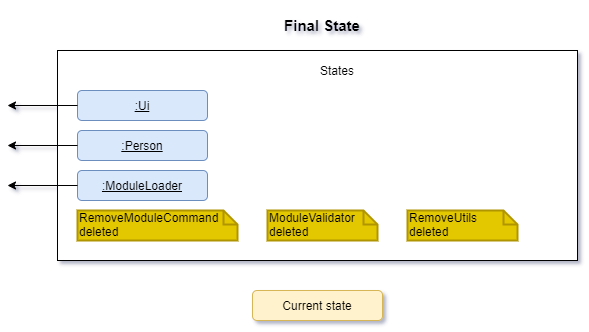
Above: docs/images/DeveloperGuide/removeModuleCommand_finalState.png in vanessa-kang/tp (draw.io), before the change. Source tidied: cells renumbered, new cells last; positions are measured from the earlier drawing's top-left corner, leaving out a move shared by most shapes. The source it was exported from:
```xml
<mxGraphModel shadow="1">
  <root>
    <mxCell id="0" />
    <mxCell id="1" parent="0" />
    <mxCell id="2" style="rounded=0;whiteSpace=wrap;html=1;" parent="1" vertex="1">
      <mxGeometry x="50" y="50" width="520" height="210" as="geometry" />
    </mxCell>
    <mxCell id="3" value="States" style="text;html=1;strokeColor=none;fillColor=none;align=center;verticalAlign=middle;whiteSpace=wrap;rounded=0;" parent="1" vertex="1">
      <mxGeometry x="310" y="60" width="40" height="20" as="geometry" />
    </mxCell>
    <mxCell id="4" value=":Ui" style="rounded=1;whiteSpace=wrap;html=1;fillColor=#dae8fc;strokeColor=#6c8ebf;fontStyle=4;" parent="1" vertex="1">
      <mxGeometry x="70" y="90" width="130" height="30" as="geometry" />
    </mxCell>
    <mxCell id="5" value=":Person" style="rounded=1;whiteSpace=wrap;html=1;fillColor=#dae8fc;strokeColor=#6c8ebf;fontStyle=4;" parent="1" vertex="1">
      <mxGeometry x="70" y="130" width="130" height="30" as="geometry" />
    </mxCell>
    <mxCell id="6" value=":ModuleLoader" style="rounded=1;whiteSpace=wrap;html=1;fillColor=#dae8fc;strokeColor=#6c8ebf;fontStyle=4;" parent="1" vertex="1">
      <mxGeometry x="70" y="170" width="130" height="30" as="geometry" />
    </mxCell>
    <mxCell id="7" style="endArrow=classic;html=1;exitX=0;exitY=0.5;exitDx=0;exitDy=0;" parent="1" edge="1" source="4">
      <mxGeometry relative="1" as="geometry">
        <mxPoint y="105" as="targetPoint" />
      </mxGeometry>
    </mxCell>
    <mxCell id="8" style="endArrow=classic;html=1;exitX=0;exitY=0.5;exitDx=0;exitDy=0;" parent="1" edge="1" source="5">
      <mxGeometry relative="1" as="geometry">
        <mxPoint y="145" as="targetPoint" />
      </mxGeometry>
    </mxCell>
    <mxCell id="9" style="endArrow=classic;html=1;exitX=0;exitY=0.5;exitDx=0;exitDy=0;" parent="1" edge="1" source="6">
      <mxGeometry relative="1" as="geometry">
        <mxPoint y="185" as="targetPoint" />
      </mxGeometry>
    </mxCell>
    <mxCell id="10" value="Current state" style="rounded=1;whiteSpace=wrap;html=1;fillColor=#fff2cc;strokeColor=#d6b656;fontStyle=0;" parent="1" vertex="1">
      <mxGeometry x="245" y="290" width="130" height="30" as="geometry" />
    </mxCell>
    <mxCell id="11" value="RemoveModuleCommand deleted" style="shape=note;whiteSpace=wrap;html=1;size=14;verticalAlign=top;align=left;spacingTop=-6;fillColor=#e3c800;strokeColor=#B09500;labelBorderColor=none;strokeWidth=2;" parent="1" vertex="1">
      <mxGeometry x="70" y="210" width="160" height="30" as="geometry" />
    </mxCell>
    <mxCell id="12" value="ModuleValidator&lt;br&gt;deleted" style="shape=note;whiteSpace=wrap;html=1;size=14;verticalAlign=top;align=left;spacingTop=-6;fillColor=#e3c800;strokeColor=#B09500;labelBorderColor=none;strokeWidth=2;" parent="1" vertex="1">
      <mxGeometry x="260" y="210" width="110" height="30" as="geometry" />
    </mxCell>
    <mxCell id="13" value="RemoveUtils deleted" style="shape=note;whiteSpace=wrap;html=1;size=14;verticalAlign=top;align=left;spacingTop=-6;fillColor=#e3c800;strokeColor=#B09500;labelBorderColor=none;strokeWidth=2;" parent="1" vertex="1">
      <mxGeometry x="400" y="210" width="110" height="30" as="geometry" />
    </mxCell>
    <mxCell id="14" value="&lt;font style=&quot;font-size: 15px&quot;&gt;&lt;b&gt;Final State&lt;/b&gt;&lt;/font&gt;" style="text;html=1;strokeColor=none;fillColor=none;align=center;verticalAlign=middle;whiteSpace=wrap;rounded=0;" parent="1" vertex="1">
      <mxGeometry x="270" width="90" height="50" as="geometry" />
    </mxCell>
  </root>
</mxGraphModel>
```
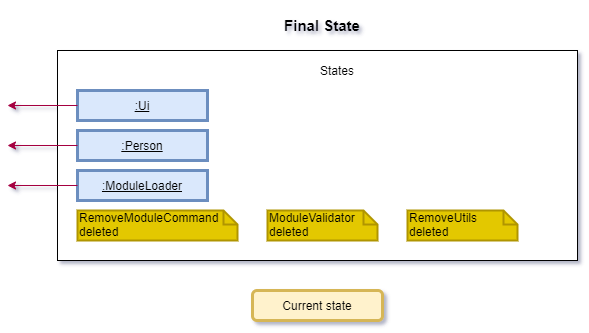
After the change.

Commit message:
Amended state diagram formats in DG

The edit, as a diff of the source:
```diff
@@ -8,31 +8,31 @@
     <mxCell id="3" value="States" style="text;html=1;strokeColor=none;fillColor=none;align=center;verticalAlign=middle;whiteSpace=wrap;rounded=0;" parent="1" vertex="1">
       <mxGeometry x="310" y="60" width="40" height="20" as="geometry" />
     </mxCell>
-    <mxCell id="4" value=":Ui" style="rounded=1;whiteSpace=wrap;html=1;fillColor=#dae8fc;strokeColor=#6c8ebf;fontStyle=4;" parent="1" vertex="1">
+    <mxCell id="4" value=":Ui" style="rounded=0;whiteSpace=wrap;html=1;fillColor=#dae8fc;strokeColor=#6c8ebf;fontStyle=4;strokeWidth=3;" parent="1" vertex="1">
       <mxGeometry x="70" y="90" width="130" height="30" as="geometry" />
     </mxCell>
-    <mxCell id="5" value=":Person" style="rounded=1;whiteSpace=wrap;html=1;fillColor=#dae8fc;strokeColor=#6c8ebf;fontStyle=4;" parent="1" vertex="1">
+    <mxCell id="5" value=":Person" style="rounded=0;whiteSpace=wrap;html=1;fillColor=#dae8fc;strokeColor=#6c8ebf;fontStyle=4;strokeWidth=3;" parent="1" vertex="1">
       <mxGeometry x="70" y="130" width="130" height="30" as="geometry" />
     </mxCell>
-    <mxCell id="6" value=":ModuleLoader" style="rounded=1;whiteSpace=wrap;html=1;fillColor=#dae8fc;strokeColor=#6c8ebf;fontStyle=4;" parent="1" vertex="1">
+    <mxCell id="6" value=":ModuleLoader" style="rounded=0;whiteSpace=wrap;html=1;fillColor=#dae8fc;strokeColor=#6c8ebf;fontStyle=4;strokeWidth=3;" parent="1" vertex="1">
       <mxGeometry x="70" y="170" width="130" height="30" as="geometry" />
     </mxCell>
-    <mxCell id="7" style="endArrow=classic;html=1;exitX=0;exitY=0.5;exitDx=0;exitDy=0;" parent="1" edge="1" source="4">
+    <mxCell id="7" style="endArrow=classic;html=1;exitX=0;exitY=0.5;exitDx=0;exitDy=0;fillColor=#d80073;strokeColor=#A50040;" parent="1" edge="1" source="4">
       <mxGeometry relative="1" as="geometry">
         <mxPoint y="105" as="targetPoint" />
       </mxGeometry>
     </mxCell>
-    <mxCell id="8" style="endArrow=classic;html=1;exitX=0;exitY=0.5;exitDx=0;exitDy=0;" parent="1" edge="1" source="5">
+    <mxCell id="8" style="endArrow=classic;html=1;exitX=0;exitY=0.5;exitDx=0;exitDy=0;fillColor=#d80073;strokeColor=#A50040;" parent="1" edge="1" source="5">
       <mxGeometry relative="1" as="geometry">
         <mxPoint y="145" as="targetPoint" />
       </mxGeometry>
     </mxCell>
-    <mxCell id="9" style="endArrow=classic;html=1;exitX=0;exitY=0.5;exitDx=0;exitDy=0;" parent="1" edge="1" source="6">
+    <mxCell id="9" style="endArrow=classic;html=1;exitX=0;exitY=0.5;exitDx=0;exitDy=0;fillColor=#d80073;strokeColor=#A50040;" parent="1" edge="1" source="6">
       <mxGeometry relative="1" as="geometry">
         <mxPoint y="185" as="targetPoint" />
       </mxGeometry>
     </mxCell>
-    <mxCell id="10" value="Current state" style="rounded=1;whiteSpace=wrap;html=1;fillColor=#fff2cc;strokeColor=#d6b656;fontStyle=0;" parent="1" vertex="1">
+    <mxCell id="10" value="Current state" style="rounded=1;whiteSpace=wrap;html=1;fillColor=#fff2cc;strokeColor=#d6b656;fontStyle=0;strokeWidth=3;" parent="1" vertex="1">
       <mxGeometry x="245" y="290" width="130" height="30" as="geometry" />
     </mxCell>
     <mxCell id="11" value="RemoveModuleCommand deleted" style="shape=note;whiteSpace=wrap;html=1;size=14;verticalAlign=top;align=left;spacingTop=-6;fillColor=#e3c800;strokeColor=#B09500;labelBorderColor=none;strokeWidth=2;" parent="1" vertex="1">
```
